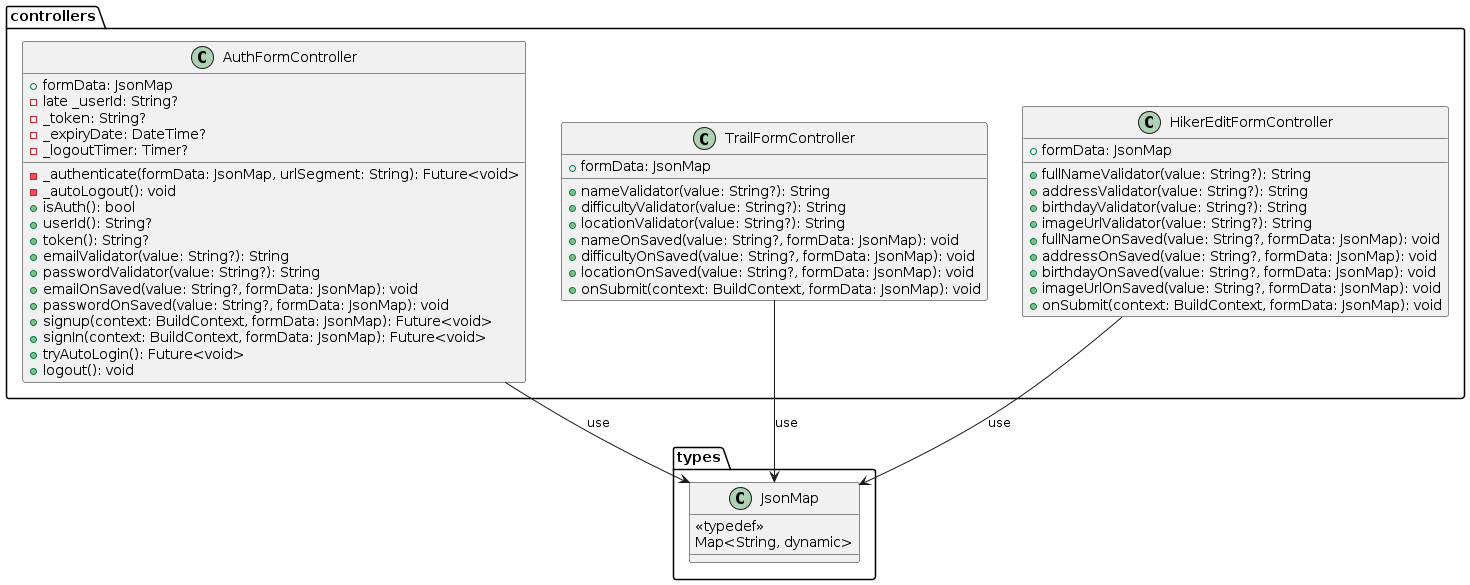
This is docs/diagrams/out/class_diagrams/pe_na_pedra_class_diagram_4.png from tiagors09/pe_na_pedra, a PlantUML export, as it was before one commit.
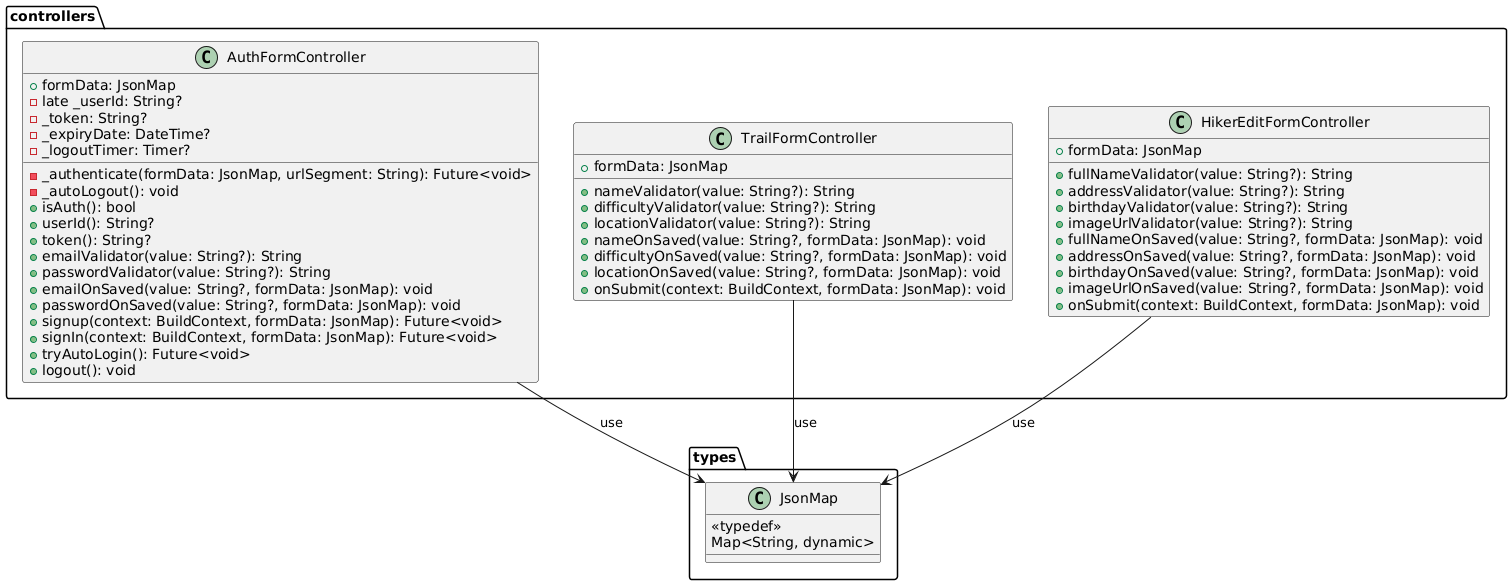
The same file after the commit.

The edit, as a diff of the source:
```diff
@@ -1,4 +1,4 @@
-@startuml pe_na_pedra_class_diagram_4
+@startuml
 package types {
   class JsonMap {
     <<typedef>>
```
